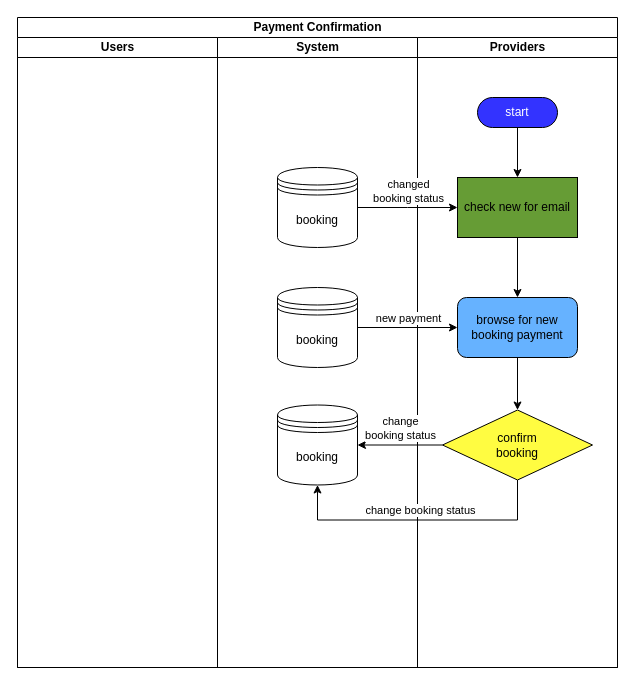
Earlier version of the draw.io diagram page "Payment Confirmation" (8 of 9) of banpin_app_data_flow.drawio (thunwara/BanPinExploreDocument). Source tidied: cells renumbered, new cells numbered last; positions are measured from the earlier drawing's top-left corner, leaving out a move shared by most shapes. Both pictures are drawn from the tidied source at 100%, with x=0, y=0 at pixel (17, 17).
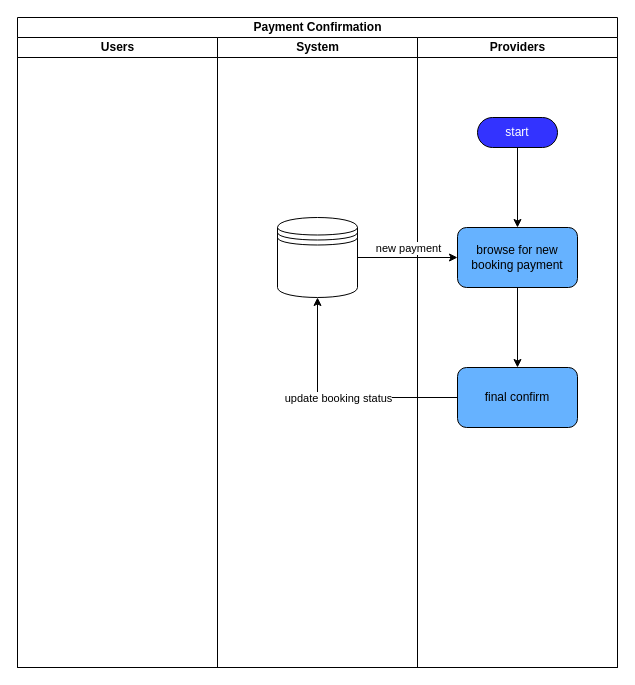
The same page after the edit.

Unchanged cells that the change refers to:
```xml
<mxCell id="2" value="Payment Confirmation" style="swimlane;startSize=20;html=1;" parent="1" vertex="1">
  <mxGeometry width="600" height="650" as="geometry" />
</mxCell>
<mxCell id="4" value="System" style="swimlane;startSize=20;html=1;" parent="2" vertex="1">
  <mxGeometry x="200" y="20" width="200" height="630" as="geometry" />
</mxCell>
<mxCell id="5" value="Providers" style="swimlane;startSize=20;html=1;" parent="2" vertex="1">
  <mxGeometry x="400" y="20" width="200" height="630" as="geometry" />
</mxCell>
```

Diff of the diagram source:
```diff
@@
+    <mxCell id="15" style="shape=datastore;whiteSpace=wrap;html=1;" parent="4" vertex="1">
+      <mxGeometry x="60" y="180" width="80" height="80" as="geometry" />
+    </mxCell>
@@
-    <mxCell id="6" style="edgeStyle=orthogonalEdgeStyle;rounded=0;jettySize=auto;html=1;entryX=0.5;entryY=0;entryDx=0;entryDy=0;" parent="5" edge="1" source="7" target="20">
-      <mxGeometry relative="1" as="geometry" />
-    </mxCell>
+    <mxCell id="24" style="edgeStyle=orthogonalEdgeStyle;rounded=0;jettySize=auto;html=1;" parent="5" edge="1" source="7" target="16">
+      <mxGeometry relative="1" as="geometry" />
+    </mxCell>
     <mxCell id="7" value="start" style="html=1;dashed=0;whiteSpace=wrap;shape=mxgraph.dfd.start;fillColor=#3333FF;fontColor=#FFFFFF;" parent="5" vertex="1">
-      <mxGeometry x="60" y="60" width="80" height="30" as="geometry" />
+      <mxGeometry x="60" y="80" width="80" height="30" as="geometry" />
     </mxCell>
-    <mxCell id="8" style="edgeStyle=orthogonalEdgeStyle;rounded=0;jettySize=auto;html=1;entryX=0.5;entryY=0;entryDx=0;entryDy=0;entryPerimeter=0;" parent="5" edge="1" source="16" target="10">
-      <mxGeometry relative="1" as="geometry" />
-    </mxCell>
-    <mxCell id="9" value="booking" style="shape=datastore;whiteSpace=wrap;html=1;" parent="5" vertex="1">
-      <mxGeometry x="-140" y="367.5" width="80" height="80" as="geometry" />
-    </mxCell>
-    <mxCell id="10" value="confirm&lt;br&gt;booking" style="strokeWidth=1;html=1;shape=mxgraph.flowchart.decision;whiteSpace=wrap;fillColor=#fffc41;" parent="5" vertex="1">
-      <mxGeometry x="25" y="372.5" width="150" height="70" as="geometry" />
-    </mxCell>
-    <mxCell id="11" style="edgeStyle=orthogonalEdgeStyle;rounded=0;jettySize=auto;html=1;entryX=1;entryY=0.5;entryDx=0;entryDy=0;" parent="5" edge="1" source="10" target="9">
-      <mxGeometry relative="1" as="geometry" />
-    </mxCell>
-    <mxCell id="12" value="change&lt;div&gt;booking status&lt;/div&gt;" style="edgeLabel;html=1;align=center;verticalAlign=middle;" parent="11" vertex="1">
-      <mxGeometry relative="1" as="geometry">
-        <mxPoint y="-17" as="offset" />
-      </mxGeometry>
-    </mxCell>
-    <mxCell id="13" style="edgeStyle=orthogonalEdgeStyle;rounded=0;jettySize=auto;html=1;entryX=0.5;entryY=1;entryDx=0;entryDy=0;" parent="5" edge="1" source="10" target="9">
-      <mxGeometry relative="1" as="geometry">
-        <Array as="points">
-          <mxPoint x="100" y="482.5" />
-          <mxPoint x="-100" y="482.5" />
-        </Array>
-      </mxGeometry>
-    </mxCell>
-    <mxCell id="14" value="change booking status" style="edgeLabel;html=1;align=center;verticalAlign=middle;" parent="13" vertex="1">
-      <mxGeometry relative="1" as="geometry">
-        <mxPoint y="-10" as="offset" />
-      </mxGeometry>
-    </mxCell>
-    <mxCell id="15" value="booking" style="shape=datastore;whiteSpace=wrap;html=1;" parent="5" vertex="1">
-      <mxGeometry x="-140" y="250" width="80" height="80" as="geometry" />
-    </mxCell>
+    <mxCell id="25" style="edgeStyle=orthogonalEdgeStyle;rounded=0;jettySize=auto;html=1;entryX=0.5;entryY=0;entryDx=0;entryDy=0;" parent="5" edge="1" source="16" target="26">
+      <mxGeometry relative="1" as="geometry" />
+    </mxCell>
     <mxCell id="16" value="browse for new booking payment" style="rounded=1;whiteSpace=wrap;html=1;fillColor=#66B2FF;" parent="5" vertex="1">
-      <mxGeometry x="40" y="260" width="120" height="60" as="geometry" />
+      <mxGeometry x="40" y="190" width="120" height="60" as="geometry" />
     </mxCell>
+    <mxCell id="26" value="final confirm" style="rounded=1;whiteSpace=wrap;html=1;fillColor=#66B2FF;" parent="5" vertex="1">
+      <mxGeometry x="40" y="330" width="120" height="60" as="geometry" />
+    </mxCell>
-    <mxCell id="17" style="edgeStyle=orthogonalEdgeStyle;rounded=0;jettySize=auto;html=1;entryX=0;entryY=0.5;entryDx=0;entryDy=0;" parent="5" edge="1" source="15" target="16">
+    <mxCell id="17" style="edgeStyle=orthogonalEdgeStyle;rounded=0;jettySize=auto;html=1;entryX=0;entryY=0.5;entryDx=0;entryDy=0;" parent="2" edge="1" source="15" target="16">
       <mxGeometry relative="1" as="geometry" />
     </mxCell>
@@
-    <mxCell id="19" style="edgeStyle=orthogonalEdgeStyle;rounded=0;jettySize=auto;html=1;entryX=0.5;entryY=0;entryDx=0;entryDy=0;" parent="5" edge="1" source="20" target="16">
-      <mxGeometry relative="1" as="geometry" />
-    </mxCell>
-    <mxCell id="20" value="check new for email" style="rounded=0;whiteSpace=wrap;html=1;fillColor=#669c35;" parent="5" vertex="1">
-      <mxGeometry x="40" y="140" width="120" height="60" as="geometry" />
-    </mxCell>
-    <mxCell id="21" style="edgeStyle=orthogonalEdgeStyle;rounded=0;jettySize=auto;html=1;entryX=1;entryY=0.5;entryDx=0;entryDy=0;exitX=1;exitY=0.5;exitDx=0;exitDy=0;" parent="5" edge="1" source="23">
-      <mxGeometry relative="1" as="geometry">
-        <mxPoint x="40" y="170" as="targetPoint" />
-      </mxGeometry>
-    </mxCell>
-    <mxCell id="22" value="changed&lt;div&gt;booking status&lt;/div&gt;" style="edgeLabel;html=1;align=center;verticalAlign=middle;" parent="21" vertex="1">
-      <mxGeometry relative="1" as="geometry">
-        <mxPoint y="-17" as="offset" />
-      </mxGeometry>
-    </mxCell>
-    <mxCell id="23" value="booking" style="shape=datastore;whiteSpace=wrap;html=1;" parent="1" vertex="1">
-      <mxGeometry x="260" y="150" width="80" height="80" as="geometry" />
-    </mxCell>
+    <mxCell id="27" style="edgeStyle=orthogonalEdgeStyle;rounded=0;jettySize=auto;html=1;" parent="2" edge="1" source="26" target="15">
+      <mxGeometry relative="1" as="geometry" />
+    </mxCell>
+    <mxCell id="28" value="update booking status" style="edgeLabel;html=1;align=center;verticalAlign=middle;" parent="27" vertex="1">
+      <mxGeometry relative="1" as="geometry" />
+    </mxCell>
```
